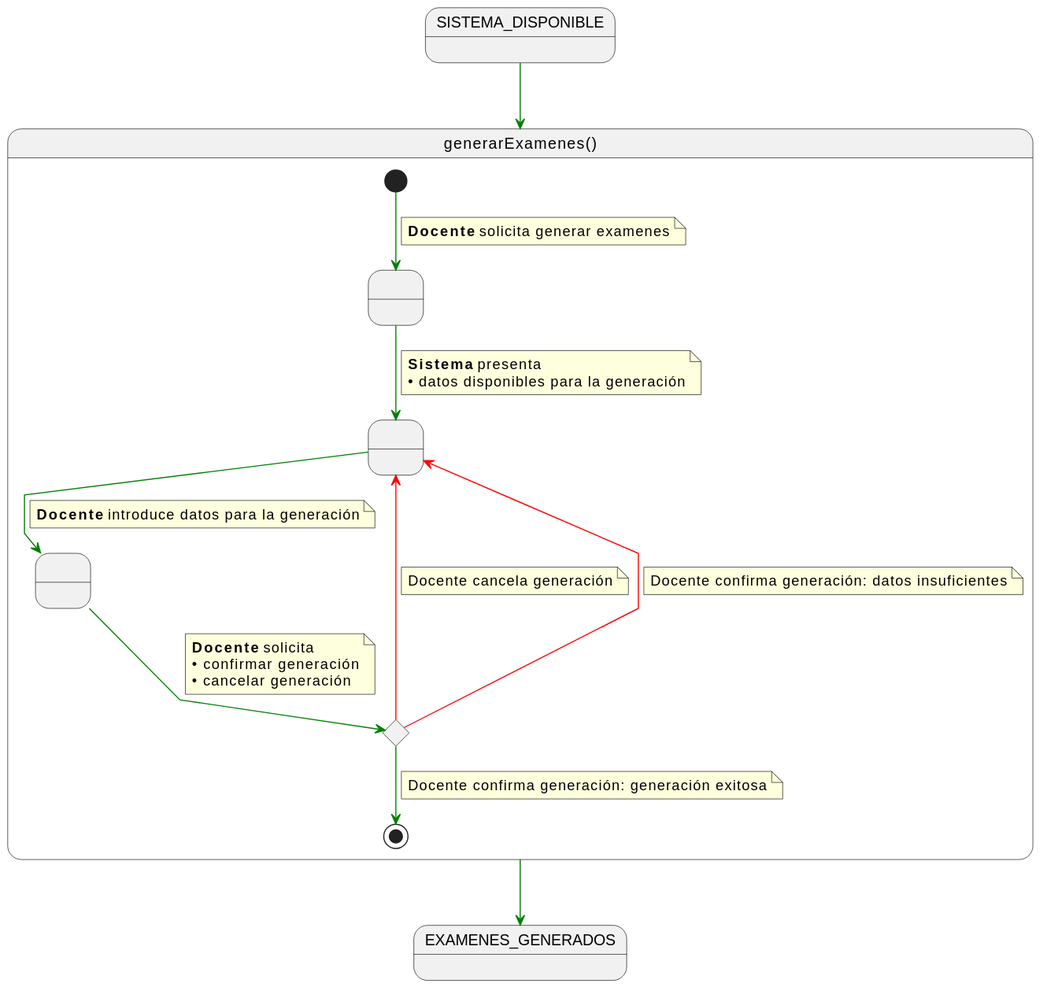
The PlantUML diagram documents/casos-de-uso/detalladoCasosDeUso/generarExamenes/generarExamenes.svg in martinlopez7/25-26-IdSw1-SdR, before a commit. Its diagram source:
```plantuml
@startuml
skinparam linetype polyline

state generarExamenes as "generarExamenes()" {

    state " " as RequiringGeneration
    state " " as ProvidingData
    state " " as ProvidingConfirmation
    state c <<choice>>

    [*] -[#green]-> RequiringGeneration
    note on link
    <b>Docente</b> solicita generar examenes
    end note

    RequiringGeneration -[#green]-> ProvidingData
    note on link
    <b>Sistema</b> presenta
    • datos disponibles para la generación
    end note

    ProvidingData -[#green]-> ProvidingConfirmation
    note on link
    <b>Docente</b> introduce datos para la generación
    end note

    ProvidingConfirmation -[#green]-> c
    note on link
    <b>Docente</b> solicita
    • confirmar generación
    • cancelar generación
    end note

    c -[#red]-> ProvidingData
    note on link
    Docente cancela generación
    end note

    c -[#red]-> ProvidingData
    note on link
    Docente confirma generación: datos insuficientes
    end note

    c -[#green]-> [*]
    note on link
    Docente confirma generación: generación exitosa
    end note
}

SISTEMA_DISPONIBLE -[#green]-> generarExamenes

generarExamenes -[#green]-> EXAMENES_GENERADOS
@enduml
```
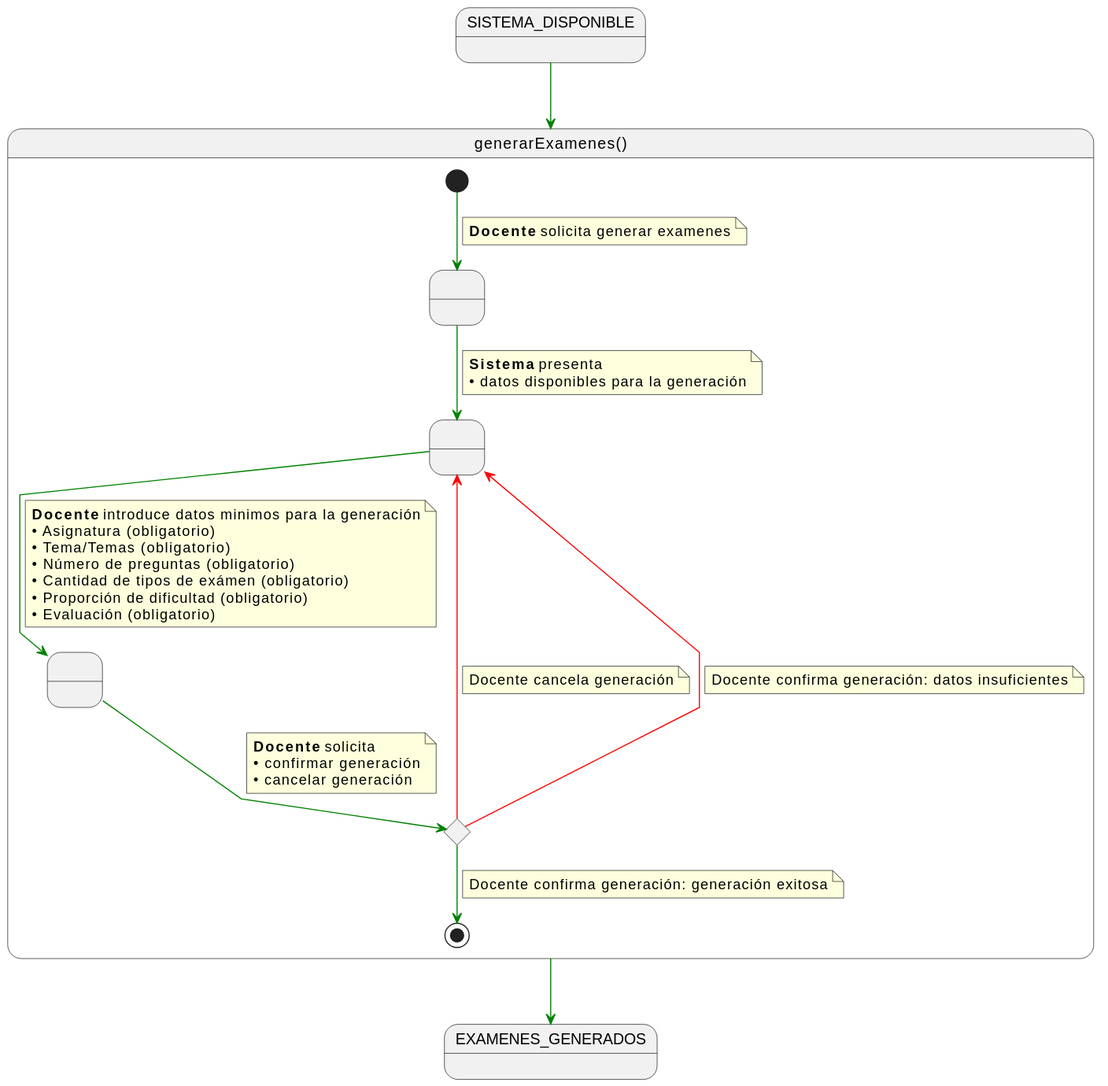
After the commit.

Change to the diagram source:
```diff
@@ -21,7 +21,13 @@
 
     ProvidingData -[#green]-> ProvidingConfirmation
     note on link
-    <b>Docente</b> introduce datos para la generación
+    <b>Docente</b> introduce datos minimos para la generación
+    • Asignatura (obligatorio)
+    • Tema/Temas (obligatorio)
+    • Número de preguntas (obligatorio)
+    • Cantidad de tipos de exámen (obligatorio)
+    • Proporción de dificultad (obligatorio)
+    • Evaluación (obligatorio)
     end note
 
     ProvidingConfirmation -[#green]-> c
```
